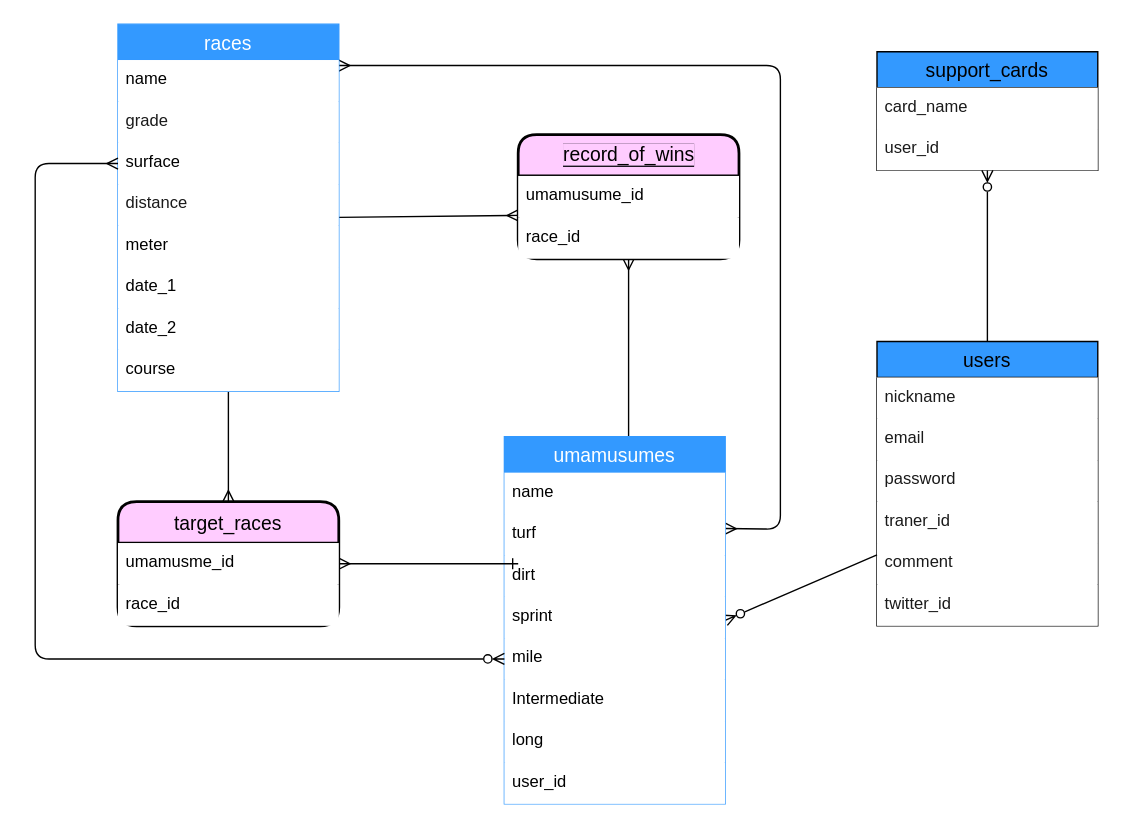
Before: ER図.dio in kenkenkaiden/umamusume_crown_complete_support, a draw.io diagram. Source tidied: cells renumbered, new cells numbered last; positions are measured from the earlier drawing's top-left corner, leaving out a move shared by most shapes. Both pictures are drawn from the tidied source at 138%, with x=0, y=0 at pixel (34, 23).
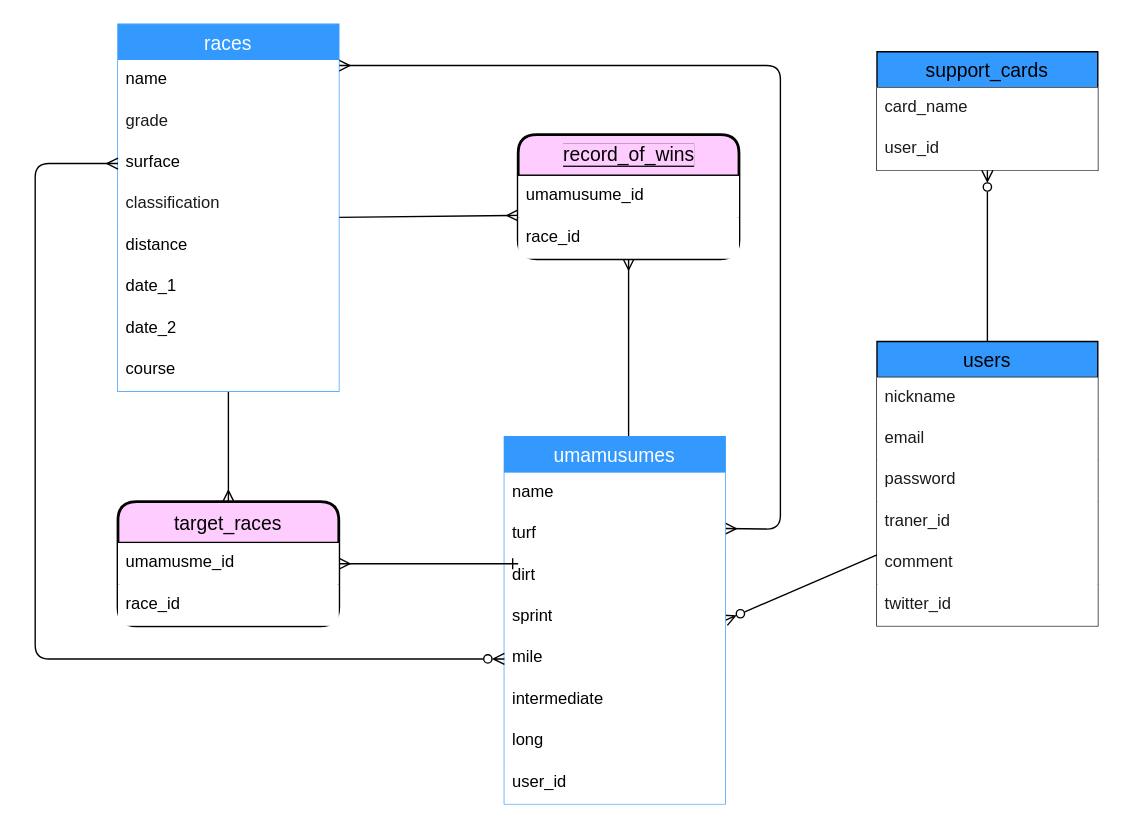
The same diagram, later.

The change refers to these unchanged cells:
```xml
<mxCell id="16" value="umamusumes" style="swimlane;fontStyle=0;horizontal=1;startSize=26;align=center;fontSize=14;strokeColor=#3399FF;fontColor=#FFFFFF;fillColor=#3399FF;" parent="1" vertex="1">
  <mxGeometry x="340" y="299" width="160" height="266" as="geometry" />
</mxCell>
<mxCell id="27" value="races" style="swimlane;fontStyle=0;horizontal=1;startSize=26;align=center;fontSize=14;labelBackgroundColor=none;strokeColor=#3399FF;fontColor=#FFFFFF;fillColor=#3399FF;" parent="1" vertex="1">
  <mxGeometry x="60" width="160" height="266" as="geometry" />
</mxCell>
```

Diff of the diagram source:
```diff
@@
-    <mxCell id="22" value="Intermediate" style="text;strokeColor=none;fillColor=#FFFFFF;spacingLeft=4;spacingRight=4;overflow=hidden;fontSize=12;labelBackgroundColor=none;fontColor=#000000;" parent="16" vertex="1">
+    <mxCell id="22" value="intermediate" style="text;strokeColor=none;fillColor=#FFFFFF;spacingLeft=4;spacingRight=4;overflow=hidden;fontSize=12;labelBackgroundColor=none;fontColor=#000000;" parent="16" vertex="1">
       <mxGeometry y="176" width="160" height="30" as="geometry" />
     </mxCell>
@@
-    <mxCell id="31" value="distance" style="text;strokeColor=none;fillColor=#FFFFFF;spacingLeft=4;spacingRight=4;overflow=hidden;fontSize=12;fontColor=#1A1A1A;" parent="27" vertex="1">
+    <mxCell id="31" value="classification" style="text;strokeColor=none;fillColor=#FFFFFF;spacingLeft=4;spacingRight=4;overflow=hidden;fontSize=12;fontColor=#1A1A1A;" parent="27" vertex="1">
       <mxGeometry y="116" width="160" height="30" as="geometry" />
     </mxCell>
-    <mxCell id="32" value="meter" style="text;strokeColor=none;fillColor=#FFFFFF;spacingLeft=4;spacingRight=4;overflow=hidden;fontSize=12;labelBackgroundColor=#FFFFFF;fontColor=#000000;html=1;" parent="27" vertex="1">
+    <mxCell id="32" value="distance" style="text;strokeColor=none;fillColor=#FFFFFF;spacingLeft=4;spacingRight=4;overflow=hidden;fontSize=12;labelBackgroundColor=#FFFFFF;fontColor=#000000;html=1;" parent="27" vertex="1">
       <mxGeometry y="146" width="160" height="30" as="geometry" />
     </mxCell>
```
